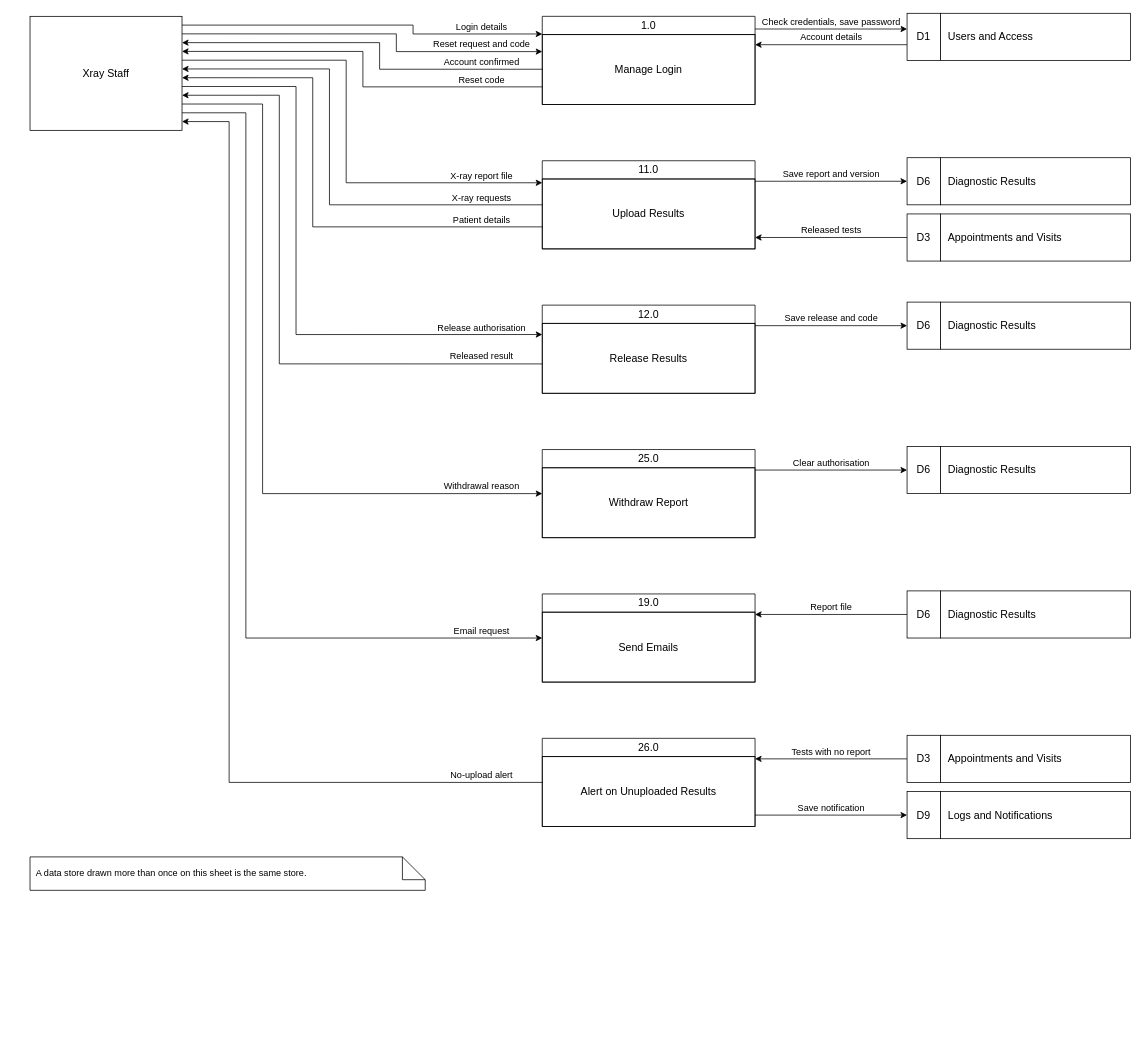
Before: page "Xray Staff" (7 of 8) of docs/diagrams/dfd-level1.drawio in steven23lz/Enlogada-Clinic-Management-System, a draw.io diagram. Source tidied: cells renumbered, new cells numbered last; positions are measured from the earlier drawing's top-left corner, leaving out a move shared by most shapes. Both pictures are drawn from the tidied source at 76%, with x=0, y=0 at pixel (30, 13).
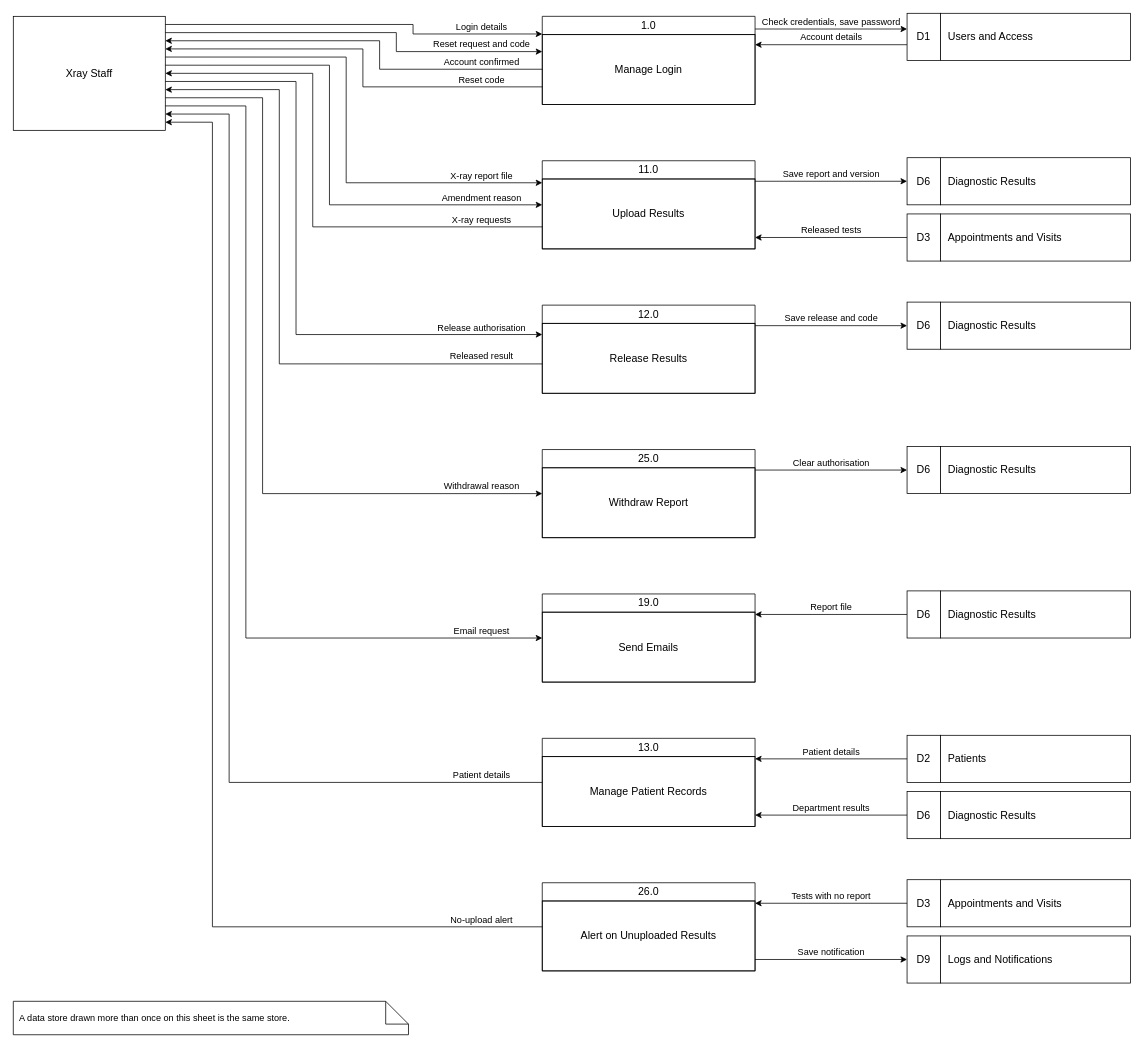
The same diagram, later.

Unchanged cells that the change refers to:
```xml
<mxCell id="3" value="1.0" style="swimlane;whiteSpace=wrap;html=1;startSize=24;horizontal=1;fontStyle=0;fontFamily=Helvetica;fontSize=14;fontColor=#000000;strokeColor=#000000;" parent="1" vertex="1">
  <mxGeometry x="674" y="4" width="280" height="116" as="geometry" />
</mxCell>
<mxCell id="13" value="11.0" style="swimlane;whiteSpace=wrap;html=1;startSize=24;horizontal=1;fontStyle=0;fontFamily=Helvetica;fontSize=14;fontColor=#000000;strokeColor=#000000;" parent="1" vertex="1">
  <mxGeometry x="674" y="194" width="280" height="116" as="geometry" />
</mxCell>
<mxCell id="24" value="12.0" style="swimlane;whiteSpace=wrap;html=1;startSize=24;horizontal=1;fontStyle=0;fontFamily=Helvetica;fontSize=14;fontColor=#000000;strokeColor=#000000;" parent="1" vertex="1">
  <mxGeometry x="674" y="384" width="280" height="116" as="geometry" />
</mxCell>
<mxCell id="31" value="25.0" style="swimlane;whiteSpace=wrap;html=1;startSize=24;horizontal=1;fontStyle=0;fontFamily=Helvetica;fontSize=14;fontColor=#000000;strokeColor=#000000;" parent="1" vertex="1">
  <mxGeometry x="674" y="574" width="280" height="116" as="geometry" />
</mxCell>
<mxCell id="37" value="19.0" style="swimlane;whiteSpace=wrap;html=1;startSize=24;horizontal=1;fontStyle=0;fontFamily=Helvetica;fontSize=14;fontColor=#000000;strokeColor=#000000;" parent="1" vertex="1">
  <mxGeometry x="674" y="764" width="280" height="116" as="geometry" />
</mxCell>
```

What changed in the source:
```diff
@@
     <mxCell id="2" value="Xray Staff" style="rounded=0;whiteSpace=wrap;html=1;fontFamily=Helvetica;fontSize=14;fontColor=#000000;strokeColor=#000000;" parent="1" vertex="1">
-      <mxGeometry y="4" width="200" height="150" as="geometry" />
+      <mxGeometry x="-22" y="4" width="200" height="150" as="geometry" />
     </mxCell>
@@
-    <mxCell id="5" value="Login details" style="edgeStyle=orthogonalEdgeStyle;rounded=0;html=1;verticalAlign=bottom;fontFamily=Helvetica;fontSize=12;fontColor=#000000;strokeColor=#000000;exitX=1;exitY=0.0769;exitDx=0;exitDy=0;entryX=0;entryY=0.2000;entryDx=0;entryDy=0;" parent="1" edge="1" source="2" target="3">
+    <mxCell id="5" value="Login details" style="edgeStyle=orthogonalEdgeStyle;rounded=0;html=1;verticalAlign=bottom;fontFamily=Helvetica;fontSize=12;fontColor=#000000;strokeColor=#000000;exitX=1;exitY=0.0714;exitDx=0;exitDy=0;entryX=0;entryY=0.2000;entryDx=0;entryDy=0;" parent="1" edge="1" source="2" target="3">
       <mxGeometry x="1" relative="1" as="geometry">
         <Array as="points">
-          <mxPoint x="504" y="15.5" />
+          <mxPoint x="504" y="14.7" />
           <mxPoint x="504" y="27.2" />
         </Array>
         <mxPoint x="-80" as="offset" />
       </mxGeometry>
     </mxCell>
-    <mxCell id="6" value="Reset request and code" style="edgeStyle=orthogonalEdgeStyle;rounded=0;html=1;verticalAlign=bottom;fontFamily=Helvetica;fontSize=12;fontColor=#000000;strokeColor=#000000;exitX=1;exitY=0.1538;exitDx=0;exitDy=0;entryX=0;entryY=0.4000;entryDx=0;entryDy=0;" parent="1" edge="1" source="2" target="3">
+    <mxCell id="6" value="Reset request and code" style="edgeStyle=orthogonalEdgeStyle;rounded=0;html=1;verticalAlign=bottom;fontFamily=Helvetica;fontSize=12;fontColor=#000000;strokeColor=#000000;exitX=1;exitY=0.1429;exitDx=0;exitDy=0;entryX=0;entryY=0.4000;entryDx=0;entryDy=0;" parent="1" edge="1" source="2" target="3">
       <mxGeometry x="1" relative="1" as="geometry">
         <Array as="points">
-          <mxPoint x="482" y="27.1" />
+          <mxPoint x="482" y="25.4" />
           <mxPoint x="482" y="50.4" />
         </Array>
         <mxPoint x="-80" as="offset" />
       </mxGeometry>
     </mxCell>
-    <mxCell id="7" value="Account confirmed" style="edgeStyle=orthogonalEdgeStyle;rounded=0;html=1;verticalAlign=bottom;fontFamily=Helvetica;fontSize=12;fontColor=#000000;strokeColor=#000000;exitX=0;exitY=0.6000;exitDx=0;exitDy=0;entryX=1;entryY=0.2308;entryDx=0;entryDy=0;" parent="1" edge="1" source="3" target="2">
+    <mxCell id="7" value="Account confirmed" style="edgeStyle=orthogonalEdgeStyle;rounded=0;html=1;verticalAlign=bottom;fontFamily=Helvetica;fontSize=12;fontColor=#000000;strokeColor=#000000;exitX=0;exitY=0.6000;exitDx=0;exitDy=0;entryX=1;entryY=0.2143;entryDx=0;entryDy=0;" parent="1" edge="1" source="3" target="2">
       <mxGeometry x="-1" relative="1" as="geometry">
         <Array as="points">
           <mxPoint x="460" y="73.6" />
-          <mxPoint x="460" y="38.6" />
+          <mxPoint x="460" y="36.1" />
         </Array>
         <mxPoint x="-80" as="offset" />
       </mxGeometry>
     </mxCell>
-    <mxCell id="8" value="Reset code" style="edgeStyle=orthogonalEdgeStyle;rounded=0;html=1;verticalAlign=bottom;fontFamily=Helvetica;fontSize=12;fontColor=#000000;strokeColor=#000000;exitX=0;exitY=0.8000;exitDx=0;exitDy=0;entryX=1;entryY=0.3077;entryDx=0;entryDy=0;" parent="1" edge="1" source="3" target="2">
+    <mxCell id="8" value="Reset code" style="edgeStyle=orthogonalEdgeStyle;rounded=0;html=1;verticalAlign=bottom;fontFamily=Helvetica;fontSize=12;fontColor=#000000;strokeColor=#000000;exitX=0;exitY=0.8000;exitDx=0;exitDy=0;entryX=1;entryY=0.2857;entryDx=0;entryDy=0;" parent="1" edge="1" source="3" target="2">
       <mxGeometry x="-1" relative="1" as="geometry">
         <Array as="points">
           <mxPoint x="438" y="96.8" />
-          <mxPoint x="438" y="50.2" />
+          <mxPoint x="438" y="46.9" />
         </Array>
         <mxPoint x="-80" as="offset" />
       </mxGeometry>
     </mxCell>
@@
-    <mxCell id="15" value="X-ray report file" style="edgeStyle=orthogonalEdgeStyle;rounded=0;html=1;verticalAlign=bottom;fontFamily=Helvetica;fontSize=12;fontColor=#000000;strokeColor=#000000;exitX=1;exitY=0.3846;exitDx=0;exitDy=0;entryX=0;entryY=0.2500;entryDx=0;entryDy=0;" parent="1" edge="1" source="2" target="13">
+    <mxCell id="15" value="X-ray report file" style="edgeStyle=orthogonalEdgeStyle;rounded=0;html=1;verticalAlign=bottom;fontFamily=Helvetica;fontSize=12;fontColor=#000000;strokeColor=#000000;exitX=1;exitY=0.3571;exitDx=0;exitDy=0;entryX=0;entryY=0.2500;entryDx=0;entryDy=0;" parent="1" edge="1" source="2" target="13">
       <mxGeometry x="1" relative="1" as="geometry">
         <Array as="points">
-          <mxPoint x="416" y="61.7" />
+          <mxPoint x="416" y="57.6" />
           <mxPoint x="416" y="223" />
         </Array>
         <mxPoint x="-80" as="offset" />
       </mxGeometry>
     </mxCell>
-    <mxCell id="16" value="X-ray requests" style="edgeStyle=orthogonalEdgeStyle;rounded=0;html=1;verticalAlign=bottom;fontFamily=Helvetica;fontSize=12;fontColor=#000000;strokeColor=#000000;exitX=0;exitY=0.5000;exitDx=0;exitDy=0;entryX=1;entryY=0.4615;entryDx=0;entryDy=0;" parent="1" edge="1" source="13" target="2">
-      <mxGeometry x="-1" relative="1" as="geometry">
+    <mxCell id="16" value="Amendment reason" style="edgeStyle=orthogonalEdgeStyle;rounded=0;html=1;verticalAlign=bottom;fontFamily=Helvetica;fontSize=12;fontColor=#000000;strokeColor=#000000;exitX=1;exitY=0.4286;exitDx=0;exitDy=0;entryX=0;entryY=0.5000;entryDx=0;entryDy=0;" parent="1" edge="1" source="2" target="13">
+      <mxGeometry x="1" relative="1" as="geometry">
         <Array as="points">
+          <mxPoint x="394" y="68.3" />
           <mxPoint x="394" y="252" />
-          <mxPoint x="394" y="73.2" />
         </Array>
         <mxPoint x="-80" as="offset" />
       </mxGeometry>
     </mxCell>
-    <mxCell id="17" value="Patient details" style="edgeStyle=orthogonalEdgeStyle;rounded=0;html=1;verticalAlign=bottom;fontFamily=Helvetica;fontSize=12;fontColor=#000000;strokeColor=#000000;exitX=0;exitY=0.7500;exitDx=0;exitDy=0;entryX=1;entryY=0.5385;entryDx=0;entryDy=0;" parent="1" edge="1" source="13" target="2">
+    <mxCell id="17" value="X-ray requests" style="edgeStyle=orthogonalEdgeStyle;rounded=0;html=1;verticalAlign=bottom;fontFamily=Helvetica;fontSize=12;fontColor=#000000;strokeColor=#000000;exitX=0;exitY=0.7500;exitDx=0;exitDy=0;entryX=1;entryY=0.5000;entryDx=0;entryDy=0;" parent="1" edge="1" source="13" target="2">
       <mxGeometry x="-1" relative="1" as="geometry">
         <Array as="points">
           <mxPoint x="372" y="281" />
-          <mxPoint x="372" y="84.8" />
+          <mxPoint x="372" y="79" />
         </Array>
         <mxPoint x="-80" as="offset" />
       </mxGeometry>
     </mxCell>
@@
-    <mxCell id="26" value="Release authorisation" style="edgeStyle=orthogonalEdgeStyle;rounded=0;html=1;verticalAlign=bottom;fontFamily=Helvetica;fontSize=12;fontColor=#000000;strokeColor=#000000;exitX=1;exitY=0.6154;exitDx=0;exitDy=0;entryX=0;entryY=0.3333;entryDx=0;entryDy=0;" parent="1" edge="1" source="2" target="24">
+    <mxCell id="26" value="Release authorisation" style="edgeStyle=orthogonalEdgeStyle;rounded=0;html=1;verticalAlign=bottom;fontFamily=Helvetica;fontSize=12;fontColor=#000000;strokeColor=#000000;exitX=1;exitY=0.5714;exitDx=0;exitDy=0;entryX=0;entryY=0.3333;entryDx=0;entryDy=0;" parent="1" edge="1" source="2" target="24">
       <mxGeometry x="1" relative="1" as="geometry">
         <Array as="points">
-          <mxPoint x="350" y="96.3" />
+          <mxPoint x="350" y="89.7" />
           <mxPoint x="350" y="422.7" />
         </Array>
         <mxPoint x="-80" as="offset" />
       </mxGeometry>
     </mxCell>
-    <mxCell id="27" value="Released result" style="edgeStyle=orthogonalEdgeStyle;rounded=0;html=1;verticalAlign=bottom;fontFamily=Helvetica;fontSize=12;fontColor=#000000;strokeColor=#000000;exitX=0;exitY=0.6667;exitDx=0;exitDy=0;entryX=1;entryY=0.6923;entryDx=0;entryDy=0;" parent="1" edge="1" source="24" target="2">
+    <mxCell id="27" value="Released result" style="edgeStyle=orthogonalEdgeStyle;rounded=0;html=1;verticalAlign=bottom;fontFamily=Helvetica;fontSize=12;fontColor=#000000;strokeColor=#000000;exitX=0;exitY=0.6667;exitDx=0;exitDy=0;entryX=1;entryY=0.6429;entryDx=0;entryDy=0;" parent="1" edge="1" source="24" target="2">
       <mxGeometry x="-1" relative="1" as="geometry">
         <Array as="points">
           <mxPoint x="328" y="461.3" />
-          <mxPoint x="328" y="107.8" />
+          <mxPoint x="328" y="100.4" />
         </Array>
         <mxPoint x="-80" as="offset" />
       </mxGeometry>
     </mxCell>
@@
-    <mxCell id="33" value="Withdrawal reason" style="edgeStyle=orthogonalEdgeStyle;rounded=0;html=1;verticalAlign=bottom;fontFamily=Helvetica;fontSize=12;fontColor=#000000;strokeColor=#000000;exitX=1;exitY=0.7692;exitDx=0;exitDy=0;entryX=0;entryY=0.5000;entryDx=0;entryDy=0;" parent="1" edge="1" source="2" target="31">
+    <mxCell id="33" value="Withdrawal reason" style="edgeStyle=orthogonalEdgeStyle;rounded=0;html=1;verticalAlign=bottom;fontFamily=Helvetica;fontSize=12;fontColor=#000000;strokeColor=#000000;exitX=1;exitY=0.7143;exitDx=0;exitDy=0;entryX=0;entryY=0.5000;entryDx=0;entryDy=0;" parent="1" edge="1" source="2" target="31">
       <mxGeometry x="1" relative="1" as="geometry">
         <Array as="points">
-          <mxPoint x="306" y="119.4" />
+          <mxPoint x="306" y="111.1" />
           <mxPoint x="306" y="632" />
         </Array>
         <mxPoint x="-80" as="offset" />
       </mxGeometry>
     </mxCell>
@@
-    <mxCell id="39" value="Email request" style="edgeStyle=orthogonalEdgeStyle;rounded=0;html=1;verticalAlign=bottom;fontFamily=Helvetica;fontSize=12;fontColor=#000000;strokeColor=#000000;exitX=1;exitY=0.8462;exitDx=0;exitDy=0;entryX=0;entryY=0.5000;entryDx=0;entryDy=0;" parent="1" edge="1" source="2" target="37">
+    <mxCell id="39" value="Email request" style="edgeStyle=orthogonalEdgeStyle;rounded=0;html=1;verticalAlign=bottom;fontFamily=Helvetica;fontSize=12;fontColor=#000000;strokeColor=#000000;exitX=1;exitY=0.7857;exitDx=0;exitDy=0;entryX=0;entryY=0.5000;entryDx=0;entryDy=0;" parent="1" edge="1" source="2" target="37">
       <mxGeometry x="1" relative="1" as="geometry">
         <Array as="points">
-          <mxPoint x="284" y="130.9" />
+          <mxPoint x="284" y="121.9" />
           <mxPoint x="284" y="822" />
         </Array>
         <mxPoint x="-80" as="offset" />
       </mxGeometry>
     </mxCell>
@@
-    <mxCell id="43" value="26.0" style="swimlane;whiteSpace=wrap;html=1;startSize=24;horizontal=1;fontStyle=0;fontFamily=Helvetica;fontSize=14;fontColor=#000000;strokeColor=#000000;" parent="1" vertex="1">
+    <mxCell id="43" value="13.0" style="swimlane;whiteSpace=wrap;html=1;startSize=24;horizontal=1;fontStyle=0;fontFamily=Helvetica;fontSize=14;fontColor=#000000;strokeColor=#000000;" parent="1" vertex="1">
       <mxGeometry x="674" y="954" width="280" height="116" as="geometry" />
     </mxCell>
-    <mxCell id="44" value="Alert on Unuploaded Results" style="text;html=1;align=center;verticalAlign=middle;whiteSpace=wrap;fontFamily=Helvetica;fontSize=14;fontColor=#000000;strokeColor=#000000;" parent="43" vertex="1">
+    <mxCell id="44" value="Manage Patient Records" style="text;html=1;align=center;verticalAlign=middle;whiteSpace=wrap;fontFamily=Helvetica;fontSize=14;fontColor=#000000;strokeColor=#000000;" parent="43" vertex="1">
       <mxGeometry y="24" width="280" height="92" as="geometry" />
     </mxCell>
-    <mxCell id="45" value="No-upload alert" style="edgeStyle=orthogonalEdgeStyle;rounded=0;html=1;verticalAlign=bottom;fontFamily=Helvetica;fontSize=12;fontColor=#000000;strokeColor=#000000;exitX=0;exitY=0.5000;exitDx=0;exitDy=0;entryX=1;entryY=0.9231;entryDx=0;entryDy=0;" parent="1" edge="1" source="43" target="2">
+    <mxCell id="45" value="Patient details" style="edgeStyle=orthogonalEdgeStyle;rounded=0;html=1;verticalAlign=bottom;fontFamily=Helvetica;fontSize=12;fontColor=#000000;strokeColor=#000000;exitX=0;exitY=0.5000;exitDx=0;exitDy=0;entryX=1;entryY=0.8571;entryDx=0;entryDy=0;" parent="1" edge="1" source="43" target="2">
       <mxGeometry x="-1" relative="1" as="geometry">
         <Array as="points">
           <mxPoint x="262" y="1012" />
-          <mxPoint x="262" y="142.5" />
+          <mxPoint x="262" y="132.6" />
         </Array>
         <mxPoint x="-80" as="offset" />
       </mxGeometry>
     </mxCell>
-    <mxCell id="46" value="D3" style="rounded=0;whiteSpace=wrap;html=1;align=center;fontFamily=Helvetica;fontSize=14;fontColor=#000000;strokeColor=#000000;" parent="1" vertex="1">
+    <mxCell id="46" value="D2" style="rounded=0;whiteSpace=wrap;html=1;align=center;fontFamily=Helvetica;fontSize=14;fontColor=#000000;strokeColor=#000000;" parent="1" vertex="1">
       <mxGeometry x="1154" y="950" width="44" height="62" as="geometry" />
     </mxCell>
-    <mxCell id="47" value="Appointments and Visits" style="rounded=0;whiteSpace=wrap;html=1;align=left;spacingLeft=8;fontFamily=Helvetica;fontSize=14;fontColor=#000000;strokeColor=#000000;" parent="1" vertex="1">
+    <mxCell id="47" value="Patients" style="rounded=0;whiteSpace=wrap;html=1;align=left;spacingLeft=8;fontFamily=Helvetica;fontSize=14;fontColor=#000000;strokeColor=#000000;" parent="1" vertex="1">
       <mxGeometry x="1198" y="950" width="250" height="62" as="geometry" />
     </mxCell>
-    <mxCell id="48" value="Tests with no report" style="edgeStyle=orthogonalEdgeStyle;rounded=0;html=1;verticalAlign=bottom;fontFamily=Helvetica;fontSize=12;fontColor=#000000;strokeColor=#000000;exitX=0;exitY=0.5000;exitDx=0;exitDy=0;entryX=1;entryY=0.2328;entryDx=0;entryDy=0;" parent="1" edge="1" source="46" target="43">
+    <mxCell id="48" value="Patient details" style="edgeStyle=orthogonalEdgeStyle;rounded=0;html=1;verticalAlign=bottom;fontFamily=Helvetica;fontSize=12;fontColor=#000000;strokeColor=#000000;exitX=0;exitY=0.5000;exitDx=0;exitDy=0;entryX=1;entryY=0.2328;entryDx=0;entryDy=0;" parent="1" edge="1" source="46" target="43">
       <mxGeometry relative="1" as="geometry" />
     </mxCell>
-    <mxCell id="49" value="D9" style="rounded=0;whiteSpace=wrap;html=1;align=center;fontFamily=Helvetica;fontSize=14;fontColor=#000000;strokeColor=#000000;" parent="1" vertex="1">
+    <mxCell id="49" value="D6" style="rounded=0;whiteSpace=wrap;html=1;align=center;fontFamily=Helvetica;fontSize=14;fontColor=#000000;strokeColor=#000000;" parent="1" vertex="1">
       <mxGeometry x="1154" y="1024" width="44" height="62" as="geometry" />
     </mxCell>
-    <mxCell id="50" value="Logs and Notifications" style="rounded=0;whiteSpace=wrap;html=1;align=left;spacingLeft=8;fontFamily=Helvetica;fontSize=14;fontColor=#000000;strokeColor=#000000;" parent="1" vertex="1">
+    <mxCell id="50" value="Diagnostic Results" style="rounded=0;whiteSpace=wrap;html=1;align=left;spacingLeft=8;fontFamily=Helvetica;fontSize=14;fontColor=#000000;strokeColor=#000000;" parent="1" vertex="1">
       <mxGeometry x="1198" y="1024" width="250" height="62" as="geometry" />
     </mxCell>
-    <mxCell id="51" value="Save notification" style="edgeStyle=orthogonalEdgeStyle;rounded=0;html=1;verticalAlign=bottom;fontFamily=Helvetica;fontSize=12;fontColor=#000000;strokeColor=#000000;exitX=1;exitY=0.8707;exitDx=0;exitDy=0;entryX=0;entryY=0.5000;entryDx=0;entryDy=0;" parent="1" edge="1" source="43" target="49">
+    <mxCell id="51" value="Department results" style="edgeStyle=orthogonalEdgeStyle;rounded=0;html=1;verticalAlign=bottom;fontFamily=Helvetica;fontSize=12;fontColor=#000000;strokeColor=#000000;exitX=0;exitY=0.5000;exitDx=0;exitDy=0;entryX=1;entryY=0.8707;entryDx=0;entryDy=0;" parent="1" edge="1" source="49" target="43">
       <mxGeometry relative="1" as="geometry" />
     </mxCell>
-    <mxCell id="52" value="A data store drawn more than once on this sheet is the same store." style="shape=note;whiteSpace=wrap;html=1;backgroundOutline=1;fillColor=none;strokeColor=#000000;align=left;spacingLeft=6;fontFamily=Helvetica;fontSize=12;fontColor=#000000;strokeColor=#000000;" parent="1" vertex="1">
-      <mxGeometry y="1110" width="520" height="44" as="geometry" />
+    <mxCell id="52" value="26.0" style="swimlane;whiteSpace=wrap;html=1;startSize=24;horizontal=1;fontStyle=0;fontFamily=Helvetica;fontSize=14;fontColor=#000000;strokeColor=#000000;" parent="1" vertex="1">
+      <mxGeometry x="674" y="1144" width="280" height="116" as="geometry" />
     </mxCell>
+    <mxCell id="53" value="Alert on Unuploaded Results" style="text;html=1;align=center;verticalAlign=middle;whiteSpace=wrap;fontFamily=Helvetica;fontSize=14;fontColor=#000000;strokeColor=#000000;" parent="52" vertex="1">
+      <mxGeometry y="24" width="280" height="92" as="geometry" />
+    </mxCell>
+    <mxCell id="54" value="No-upload alert" style="edgeStyle=orthogonalEdgeStyle;rounded=0;html=1;verticalAlign=bottom;fontFamily=Helvetica;fontSize=12;fontColor=#000000;strokeColor=#000000;exitX=0;exitY=0.5000;exitDx=0;exitDy=0;entryX=1;entryY=0.9286;entryDx=0;entryDy=0;" parent="1" edge="1" source="52" target="2">
+      <mxGeometry x="-1" relative="1" as="geometry">
+        <Array as="points">
+          <mxPoint x="240" y="1202" />
+          <mxPoint x="240" y="143.3" />
+        </Array>
+        <mxPoint x="-80" as="offset" />
+      </mxGeometry>
+    </mxCell>
+    <mxCell id="55" value="D3" style="rounded=0;whiteSpace=wrap;html=1;align=center;fontFamily=Helvetica;fontSize=14;fontColor=#000000;strokeColor=#000000;" parent="1" vertex="1">
+      <mxGeometry x="1154" y="1140" width="44" height="62" as="geometry" />
+    </mxCell>
+    <mxCell id="56" value="Appointments and Visits" style="rounded=0;whiteSpace=wrap;html=1;align=left;spacingLeft=8;fontFamily=Helvetica;fontSize=14;fontColor=#000000;strokeColor=#000000;" parent="1" vertex="1">
+      <mxGeometry x="1198" y="1140" width="250" height="62" as="geometry" />
+    </mxCell>
+    <mxCell id="57" value="Tests with no report" style="edgeStyle=orthogonalEdgeStyle;rounded=0;html=1;verticalAlign=bottom;fontFamily=Helvetica;fontSize=12;fontColor=#000000;strokeColor=#000000;exitX=0;exitY=0.5000;exitDx=0;exitDy=0;entryX=1;entryY=0.2328;entryDx=0;entryDy=0;" parent="1" edge="1" source="55" target="52">
+      <mxGeometry relative="1" as="geometry" />
+    </mxCell>
+    <mxCell id="58" value="D9" style="rounded=0;whiteSpace=wrap;html=1;align=center;fontFamily=Helvetica;fontSize=14;fontColor=#000000;strokeColor=#000000;" parent="1" vertex="1">
+      <mxGeometry x="1154" y="1214" width="44" height="62" as="geometry" />
+    </mxCell>
+    <mxCell id="59" value="Logs and Notifications" style="rounded=0;whiteSpace=wrap;html=1;align=left;spacingLeft=8;fontFamily=Helvetica;fontSize=14;fontColor=#000000;strokeColor=#000000;" parent="1" vertex="1">
+      <mxGeometry x="1198" y="1214" width="250" height="62" as="geometry" />
+    </mxCell>
+    <mxCell id="60" value="Save notification" style="edgeStyle=orthogonalEdgeStyle;rounded=0;html=1;verticalAlign=bottom;fontFamily=Helvetica;fontSize=12;fontColor=#000000;strokeColor=#000000;exitX=1;exitY=0.8707;exitDx=0;exitDy=0;entryX=0;entryY=0.5000;entryDx=0;entryDy=0;" parent="1" edge="1" source="52" target="58">
+      <mxGeometry relative="1" as="geometry" />
+    </mxCell>
+    <mxCell id="61" value="A data store drawn more than once on this sheet is the same store." style="shape=note;whiteSpace=wrap;html=1;backgroundOutline=1;fillColor=none;strokeColor=#000000;align=left;spacingLeft=6;fontFamily=Helvetica;fontSize=12;fontColor=#000000;strokeColor=#000000;" parent="1" vertex="1">
+      <mxGeometry x="-22" y="1300" width="520" height="44" as="geometry" />
+    </mxCell>
```
